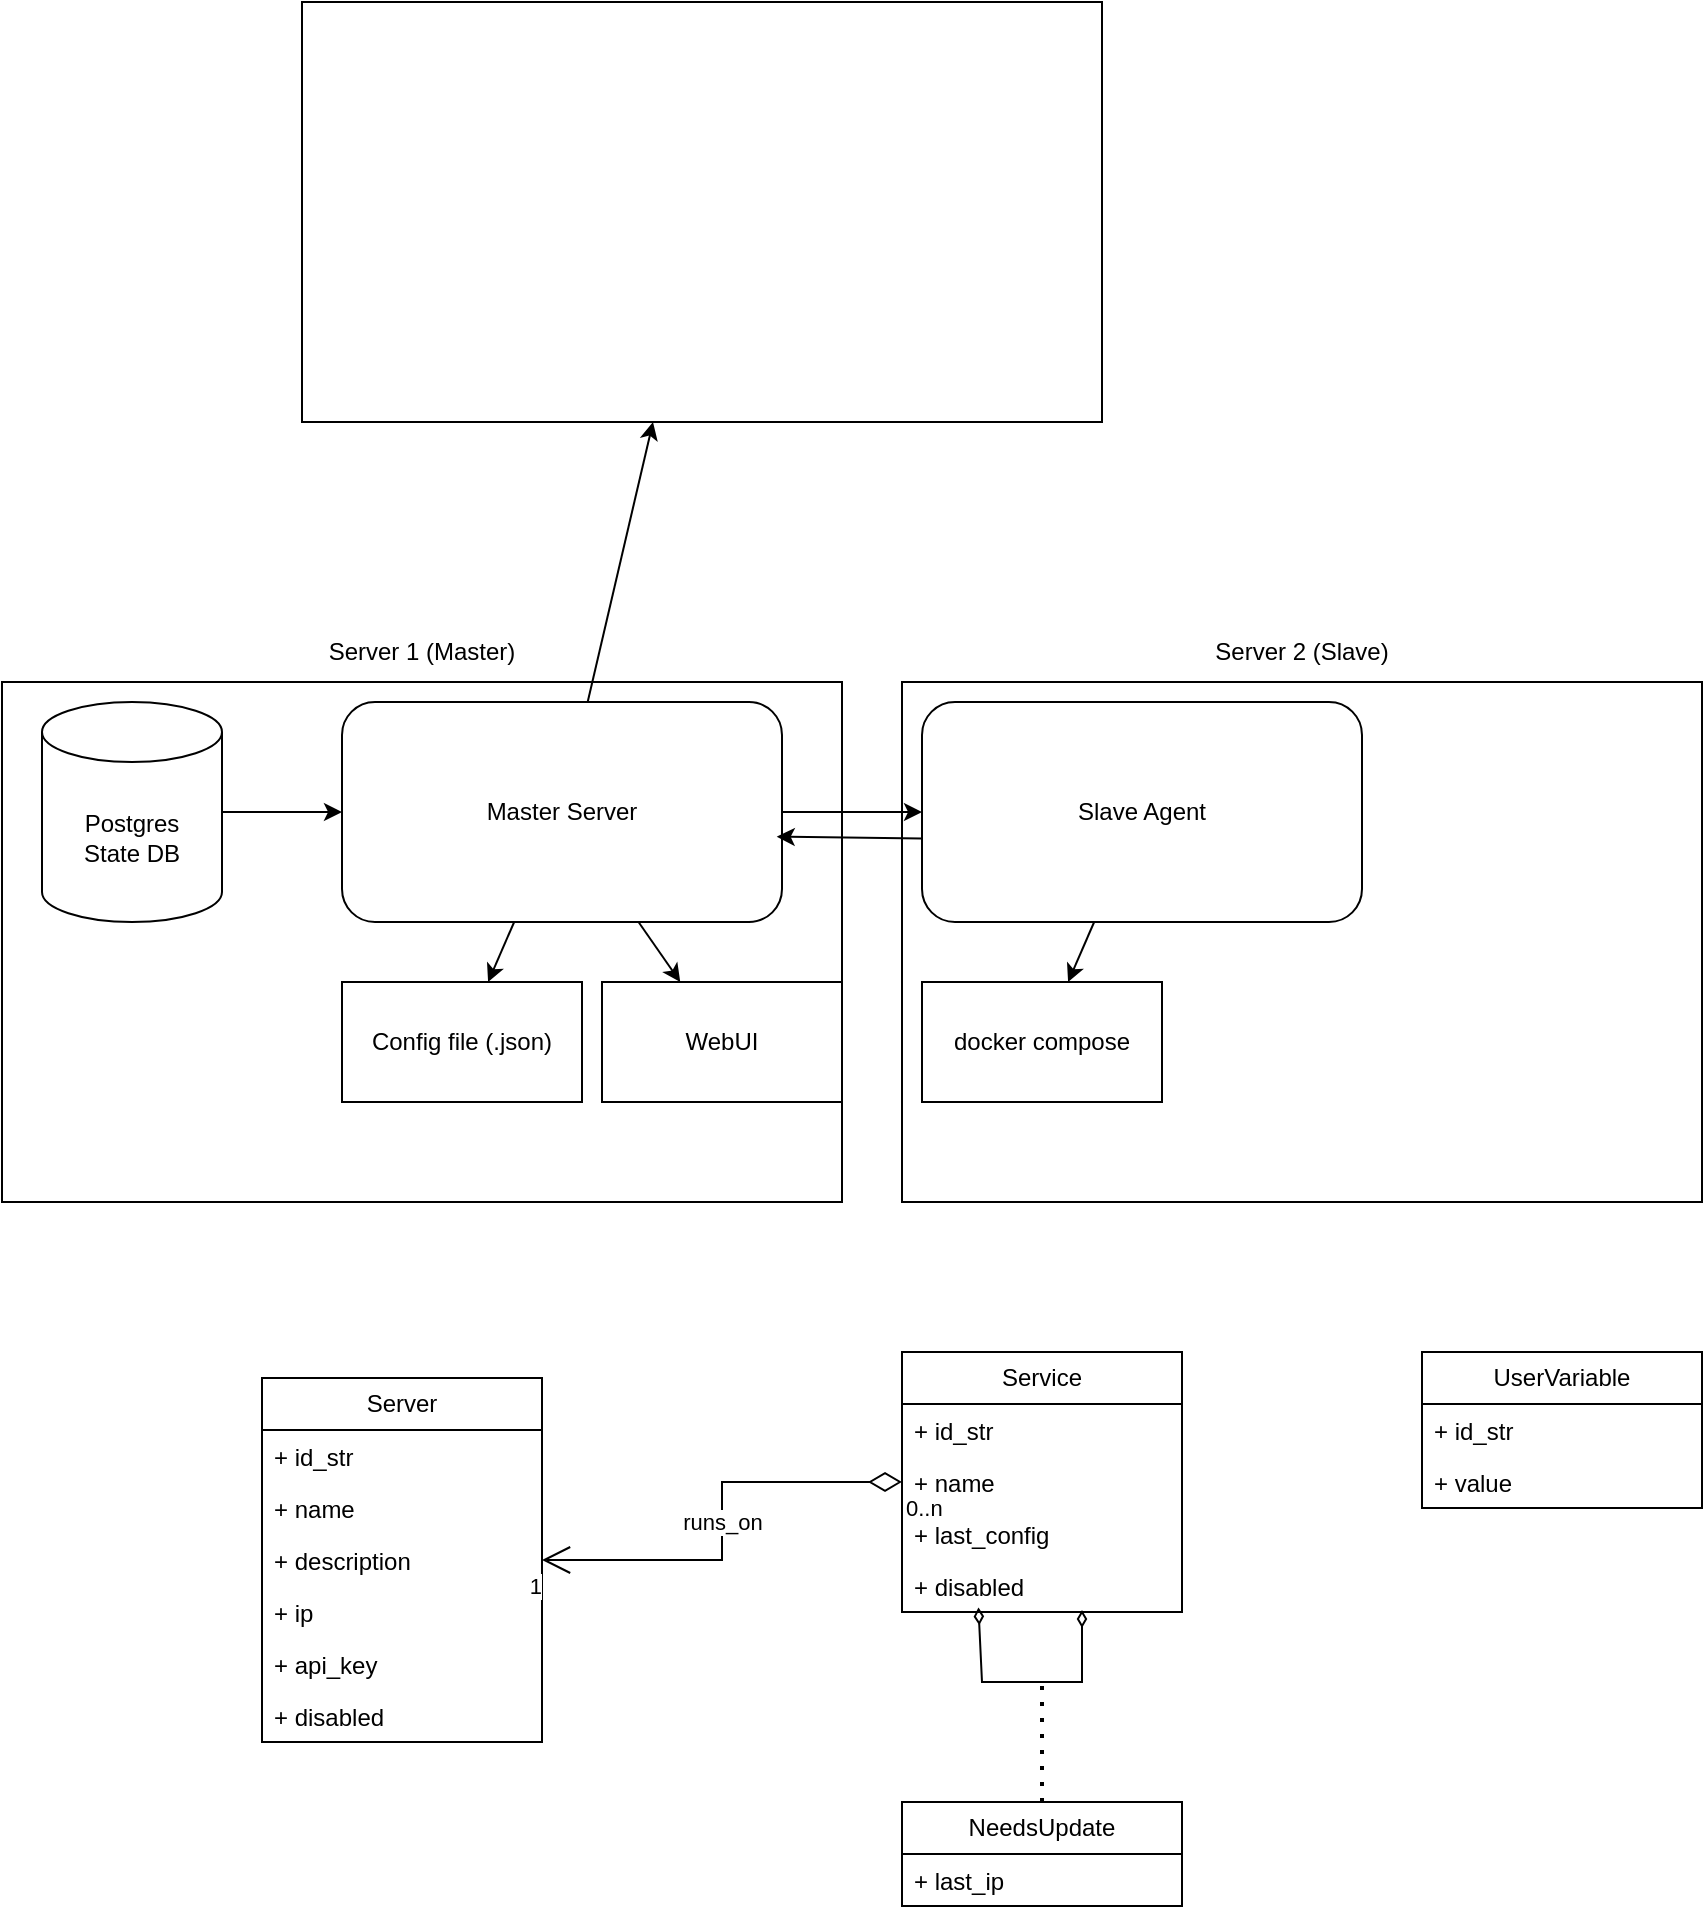
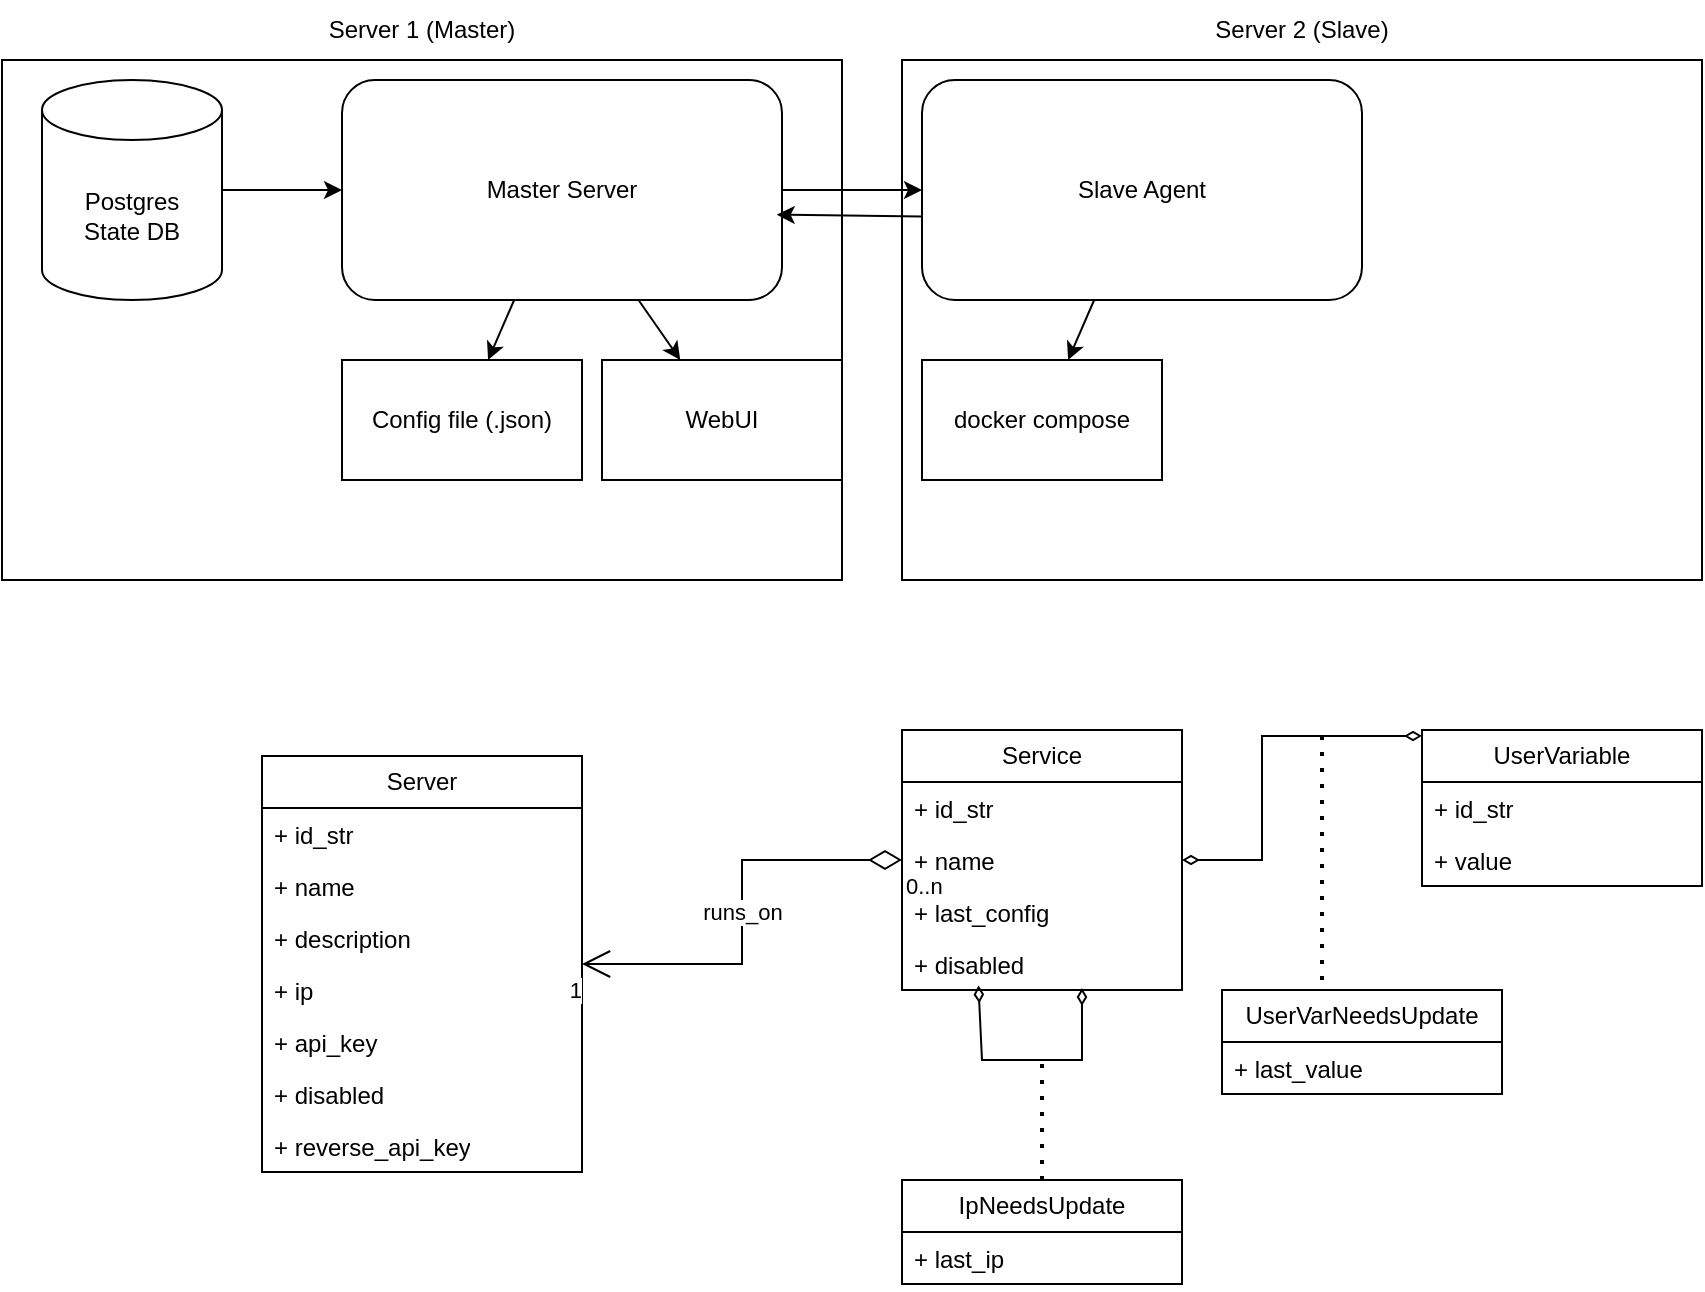
<mxfile host="Electron">
  <diagram name="Page-1" id="u04dbDLROSChQwQIIN78">
-     <mxGraphModel dx="1153" dy="1790" grid="1" gridSize="10" guides="1" tooltips="1" connect="1" arrows="1" fold="1" page="1" pageScale="1" pageWidth="850" pageHeight="1100" math="0" shadow="0">
+     <mxGraphModel dx="1107" dy="662" grid="1" gridSize="10" guides="1" tooltips="1" connect="1" arrows="1" fold="1" page="1" pageScale="1" pageWidth="850" pageHeight="1100" math="0" shadow="0">
      <root>
        <mxCell id="0" />
        <mxCell id="1" parent="0" />
        <mxCell id="9iV64V9ao0oustIcTG5U-1" parent="1" style="rounded=0;whiteSpace=wrap;html=1;" value="" vertex="1">
          <mxGeometry height="260" width="420" y="160" as="geometry" />
        </mxCell>
        <mxCell id="7rpz_S_4JCBHVgRM38Kg-1" parent="1" style="shape=cylinder3;whiteSpace=wrap;html=1;boundedLbl=1;backgroundOutline=1;size=15;" value="Postgres&lt;div&gt;State DB&lt;/div&gt;" vertex="1">
          <mxGeometry height="110" width="90" x="20" y="170" as="geometry" />
        </mxCell>
        <mxCell id="9iV64V9ao0oustIcTG5U-2" parent="1" style="text;html=1;whiteSpace=wrap;strokeColor=none;fillColor=none;align=center;verticalAlign=middle;rounded=0;" value="Server 1 (Master)" vertex="1">
          <mxGeometry height="30" width="420" y="130" as="geometry" />
        </mxCell>
        <mxCell id="9iV64V9ao0oustIcTG5U-3" edge="1" parent="1" source="9iV64V9ao0oustIcTG5U-4" style="endArrow=classic;html=1;rounded=0;" value="">
          <mxGeometry height="50" relative="1" width="50" as="geometry">
            <mxPoint x="140" y="240" as="sourcePoint" />
            <mxPoint x="219" y="226" as="targetPoint" />
          </mxGeometry>
        </mxCell>
        <mxCell id="9iV64V9ao0oustIcTG5U-5" edge="1" parent="1" source="7rpz_S_4JCBHVgRM38Kg-1" style="endArrow=classic;html=1;rounded=0;" target="9iV64V9ao0oustIcTG5U-4" value="">
          <mxGeometry height="50" relative="1" width="50" as="geometry">
            <mxPoint x="110" y="225" as="sourcePoint" />
            <mxPoint x="219" y="226" as="targetPoint" />
          </mxGeometry>
        </mxCell>
        <mxCell id="9iV64V9ao0oustIcTG5U-4" parent="1" style="rounded=1;whiteSpace=wrap;html=1;" value="Master Server" vertex="1">
          <mxGeometry height="110" width="220" x="170" y="170" as="geometry" />
        </mxCell>
        <mxCell id="9iV64V9ao0oustIcTG5U-8" parent="1" style="rounded=0;whiteSpace=wrap;html=1;" value="Config file (.json)" vertex="1">
          <mxGeometry height="60" width="120" x="170" y="310" as="geometry" />
        </mxCell>
        <mxCell id="9iV64V9ao0oustIcTG5U-9" edge="1" parent="1" source="9iV64V9ao0oustIcTG5U-4" style="endArrow=classic;html=1;rounded=0;" target="9iV64V9ao0oustIcTG5U-8" value="">
          <mxGeometry height="50" relative="1" width="50" as="geometry">
            <mxPoint x="230" y="240" as="sourcePoint" />
            <mxPoint x="280" y="190" as="targetPoint" />
          </mxGeometry>
        </mxCell>
        <mxCell id="9iV64V9ao0oustIcTG5U-10" parent="1" style="rounded=0;whiteSpace=wrap;html=1;" value="WebUI" vertex="1">
          <mxGeometry height="60" width="120" x="300" y="310" as="geometry" />
        </mxCell>
        <mxCell id="9iV64V9ao0oustIcTG5U-11" edge="1" parent="1" source="9iV64V9ao0oustIcTG5U-4" style="endArrow=classic;html=1;rounded=0;" target="9iV64V9ao0oustIcTG5U-10" value="">
          <mxGeometry height="50" relative="1" width="50" as="geometry">
            <mxPoint x="253" y="290" as="sourcePoint" />
            <mxPoint x="240" y="320" as="targetPoint" />
          </mxGeometry>
        </mxCell>
-         <mxCell id="9iV64V9ao0oustIcTG5U-12" edge="1" parent="1" source="9iV64V9ao0oustIcTG5U-4" style="endArrow=classic;html=1;rounded=0;" target="9iV64V9ao0oustIcTG5U-13" value="">
-           <mxGeometry height="50" relative="1" width="50" as="geometry">
-             <mxPoint x="310" y="170" as="sourcePoint" />
-             <mxPoint x="340" y="30" as="targetPoint" />
-           </mxGeometry>
-         </mxCell>
-         <mxCell id="9iV64V9ao0oustIcTG5U-13" parent="1" style="rounded=0;whiteSpace=wrap;html=1;" value="" vertex="1">
-           <mxGeometry height="210" width="400" x="150" y="-180" as="geometry" />
-         </mxCell>
        <mxCell id="9iV64V9ao0oustIcTG5U-15" parent="1" style="swimlane;fontStyle=0;childLayout=stackLayout;horizontal=1;startSize=26;fillColor=none;horizontalStack=0;resizeParent=1;resizeParentMax=0;resizeLast=0;collapsible=1;marginBottom=0;whiteSpace=wrap;html=1;" value="Server" vertex="1">
-           <mxGeometry height="182" width="140" x="130" y="508" as="geometry" />
+           <mxGeometry height="208" width="160" x="130" y="508" as="geometry" />
        </mxCell>
        <mxCell id="9iV64V9ao0oustIcTG5U-16" parent="9iV64V9ao0oustIcTG5U-15" style="text;strokeColor=none;fillColor=none;align=left;verticalAlign=top;spacingLeft=4;spacingRight=4;overflow=hidden;rotatable=0;points=[[0,0.5],[1,0.5]];portConstraint=eastwest;whiteSpace=wrap;html=1;" value="+ id_str" vertex="1">
-           <mxGeometry height="26" width="140" y="26" as="geometry" />
+           <mxGeometry height="26" width="160" y="26" as="geometry" />
        </mxCell>
        <mxCell id="QAZGeB9ZXG2ebW3zgeek-1" parent="9iV64V9ao0oustIcTG5U-15" style="text;strokeColor=none;fillColor=none;align=left;verticalAlign=top;spacingLeft=4;spacingRight=4;overflow=hidden;rotatable=0;points=[[0,0.5],[1,0.5]];portConstraint=eastwest;whiteSpace=wrap;html=1;" value="+ name" vertex="1">
-           <mxGeometry height="26" width="140" y="52" as="geometry" />
+           <mxGeometry height="26" width="160" y="52" as="geometry" />
        </mxCell>
        <mxCell id="9iV64V9ao0oustIcTG5U-17" parent="9iV64V9ao0oustIcTG5U-15" style="text;strokeColor=none;fillColor=none;align=left;verticalAlign=top;spacingLeft=4;spacingRight=4;overflow=hidden;rotatable=0;points=[[0,0.5],[1,0.5]];portConstraint=eastwest;whiteSpace=wrap;html=1;" value="+ description" vertex="1">
-           <mxGeometry height="26" width="140" y="78" as="geometry" />
+           <mxGeometry height="26" width="160" y="78" as="geometry" />
        </mxCell>
        <mxCell id="9iV64V9ao0oustIcTG5U-48" parent="9iV64V9ao0oustIcTG5U-15" style="text;strokeColor=none;fillColor=none;align=left;verticalAlign=top;spacingLeft=4;spacingRight=4;overflow=hidden;rotatable=0;points=[[0,0.5],[1,0.5]];portConstraint=eastwest;whiteSpace=wrap;html=1;" value="+ ip" vertex="1">
-           <mxGeometry height="26" width="140" y="104" as="geometry" />
+           <mxGeometry height="26" width="160" y="104" as="geometry" />
        </mxCell>
        <mxCell id="zuQy0vujCF-uNrh0Xsyj-1" parent="9iV64V9ao0oustIcTG5U-15" style="text;strokeColor=none;fillColor=none;align=left;verticalAlign=top;spacingLeft=4;spacingRight=4;overflow=hidden;rotatable=0;points=[[0,0.5],[1,0.5]];portConstraint=eastwest;whiteSpace=wrap;html=1;" value="+ api_key" vertex="1">
-           <mxGeometry height="26" width="140" y="130" as="geometry" />
+           <mxGeometry height="26" width="160" y="130" as="geometry" />
        </mxCell>
        <mxCell id="6e563NBslNJ0M3qvIwMc-1" parent="9iV64V9ao0oustIcTG5U-15" style="text;strokeColor=none;fillColor=none;align=left;verticalAlign=top;spacingLeft=4;spacingRight=4;overflow=hidden;rotatable=0;points=[[0,0.5],[1,0.5]];portConstraint=eastwest;whiteSpace=wrap;html=1;" value="+ disabled" vertex="1">
-           <mxGeometry height="26" width="140" y="156" as="geometry" />
+           <mxGeometry height="26" width="160" y="156" as="geometry" />
+         </mxCell>
+         <mxCell id="SyAdjNH1BNpWEoZhD5zh-42" parent="9iV64V9ao0oustIcTG5U-15" style="text;strokeColor=none;fillColor=none;align=left;verticalAlign=top;spacingLeft=4;spacingRight=4;overflow=hidden;rotatable=0;points=[[0,0.5],[1,0.5]];portConstraint=eastwest;whiteSpace=wrap;html=1;" value="+ reverse_api_key" vertex="1">
+           <mxGeometry height="26" width="160" y="182" as="geometry" />
        </mxCell>
        <mxCell id="9iV64V9ao0oustIcTG5U-19" parent="1" style="swimlane;fontStyle=0;childLayout=stackLayout;horizontal=1;startSize=26;fillColor=none;horizontalStack=0;resizeParent=1;resizeParentMax=0;resizeLast=0;collapsible=1;marginBottom=0;whiteSpace=wrap;html=1;" value="Service" vertex="1">
          <mxGeometry height="130" width="140" x="450" y="495" as="geometry" />
        </mxCell>
        <mxCell id="9iV64V9ao0oustIcTG5U-20" parent="9iV64V9ao0oustIcTG5U-19" style="text;strokeColor=none;fillColor=none;align=left;verticalAlign=top;spacingLeft=4;spacingRight=4;overflow=hidden;rotatable=0;points=[[0,0.5],[1,0.5]];portConstraint=eastwest;whiteSpace=wrap;html=1;" value="+ id_str" vertex="1">
          <mxGeometry height="26" width="140" y="26" as="geometry" />
        </mxCell>
        <mxCell id="9iV64V9ao0oustIcTG5U-23" parent="9iV64V9ao0oustIcTG5U-19" style="text;strokeColor=none;fillColor=none;align=left;verticalAlign=top;spacingLeft=4;spacingRight=4;overflow=hidden;rotatable=0;points=[[0,0.5],[1,0.5]];portConstraint=eastwest;whiteSpace=wrap;html=1;" value="+ name" vertex="1">
          <mxGeometry height="26" width="140" y="52" as="geometry" />
        </mxCell>
        <mxCell id="9iV64V9ao0oustIcTG5U-21" parent="9iV64V9ao0oustIcTG5U-19" style="text;strokeColor=none;fillColor=none;align=left;verticalAlign=top;spacingLeft=4;spacingRight=4;overflow=hidden;rotatable=0;points=[[0,0.5],[1,0.5]];portConstraint=eastwest;whiteSpace=wrap;html=1;" value="+ last_config" vertex="1">
          <mxGeometry height="26" width="140" y="78" as="geometry" />
        </mxCell>
        <mxCell id="6m8BK-Do53RptJvPzUIa-1" parent="9iV64V9ao0oustIcTG5U-19" style="text;strokeColor=none;fillColor=none;align=left;verticalAlign=top;spacingLeft=4;spacingRight=4;overflow=hidden;rotatable=0;points=[[0,0.5],[1,0.5]];portConstraint=eastwest;whiteSpace=wrap;html=1;" value="+ disabled" vertex="1">
          <mxGeometry height="26" width="140" y="104" as="geometry" />
        </mxCell>
        <mxCell id="G8093VhMWsRlcPeueSHj-9" edge="1" parent="9iV64V9ao0oustIcTG5U-19" style="endArrow=diamondThin;html=1;rounded=0;entryX=0.273;entryY=0.912;entryDx=0;entryDy=0;entryPerimeter=0;startArrow=diamondThin;startFill=0;endFill=0;" target="6m8BK-Do53RptJvPzUIa-1" value=" ">
          <mxGeometry height="50" relative="1" width="50" as="geometry">
            <Array as="points">
              <mxPoint x="90" y="165" />
              <mxPoint x="40" y="165" />
            </Array>
            <mxPoint x="90" y="129" as="sourcePoint" />
            <mxPoint x="50" y="165" as="targetPoint" />
          </mxGeometry>
        </mxCell>
        <mxCell id="9iV64V9ao0oustIcTG5U-33" parent="1" style="swimlane;fontStyle=0;childLayout=stackLayout;horizontal=1;startSize=26;fillColor=none;horizontalStack=0;resizeParent=1;resizeParentMax=0;resizeLast=0;collapsible=1;marginBottom=0;whiteSpace=wrap;html=1;" value="UserVariable" vertex="1">
          <mxGeometry height="78" width="140" x="710" y="495" as="geometry" />
        </mxCell>
        <mxCell id="9iV64V9ao0oustIcTG5U-34" parent="9iV64V9ao0oustIcTG5U-33" style="text;strokeColor=none;fillColor=none;align=left;verticalAlign=top;spacingLeft=4;spacingRight=4;overflow=hidden;rotatable=0;points=[[0,0.5],[1,0.5]];portConstraint=eastwest;whiteSpace=wrap;html=1;" value="+ id_str" vertex="1">
          <mxGeometry height="26" width="140" y="26" as="geometry" />
        </mxCell>
        <mxCell id="9iV64V9ao0oustIcTG5U-35" parent="9iV64V9ao0oustIcTG5U-33" style="text;strokeColor=none;fillColor=none;align=left;verticalAlign=top;spacingLeft=4;spacingRight=4;overflow=hidden;rotatable=0;points=[[0,0.5],[1,0.5]];portConstraint=eastwest;whiteSpace=wrap;html=1;" value="+ value" vertex="1">
          <mxGeometry height="26" width="140" y="52" as="geometry" />
        </mxCell>
        <mxCell id="9iV64V9ao0oustIcTG5U-37" edge="1" parent="1" source="9iV64V9ao0oustIcTG5U-19" style="endArrow=open;html=1;endSize=12;startArrow=diamondThin;startSize=14;startFill=0;edgeStyle=orthogonalEdgeStyle;rounded=0;" target="9iV64V9ao0oustIcTG5U-15" value="runs_on">
          <mxGeometry relative="1" as="geometry">
            <mxPoint x="300" y="670" as="sourcePoint" />
            <mxPoint x="460" y="670" as="targetPoint" />
          </mxGeometry>
        </mxCell>
        <mxCell id="9iV64V9ao0oustIcTG5U-38" connectable="0" parent="9iV64V9ao0oustIcTG5U-37" style="edgeLabel;resizable=0;html=1;align=left;verticalAlign=top;" value="0..n" vertex="1">
          <mxGeometry relative="1" x="-1" as="geometry" />
        </mxCell>
        <mxCell id="9iV64V9ao0oustIcTG5U-39" connectable="0" parent="9iV64V9ao0oustIcTG5U-37" style="edgeLabel;resizable=0;html=1;align=right;verticalAlign=top;" value="1" vertex="1">
          <mxGeometry relative="1" x="1" as="geometry" />
        </mxCell>
        <mxCell id="9iV64V9ao0oustIcTG5U-40" parent="1" style="rounded=0;whiteSpace=wrap;html=1;" value="" vertex="1">
          <mxGeometry height="260" width="400" x="450" y="160" as="geometry" />
        </mxCell>
        <mxCell id="9iV64V9ao0oustIcTG5U-41" parent="1" style="text;html=1;whiteSpace=wrap;strokeColor=none;fillColor=none;align=center;verticalAlign=middle;rounded=0;" value="Server 2 (Slave)" vertex="1">
          <mxGeometry height="30" width="400" x="450" y="130" as="geometry" />
        </mxCell>
        <mxCell id="9iV64V9ao0oustIcTG5U-42" parent="1" style="rounded=1;whiteSpace=wrap;html=1;" value="Slave Agent" vertex="1">
          <mxGeometry height="110" width="220" x="460" y="170" as="geometry" />
        </mxCell>
        <mxCell id="9iV64V9ao0oustIcTG5U-43" edge="1" parent="1" source="9iV64V9ao0oustIcTG5U-4" style="endArrow=classic;html=1;rounded=0;" target="9iV64V9ao0oustIcTG5U-42" value="">
          <mxGeometry height="50" relative="1" width="50" as="geometry">
            <mxPoint x="330" y="290" as="sourcePoint" />
            <mxPoint x="351" y="320" as="targetPoint" />
          </mxGeometry>
        </mxCell>
        <mxCell id="9iV64V9ao0oustIcTG5U-44" edge="1" parent="1" source="9iV64V9ao0oustIcTG5U-42" style="endArrow=classic;html=1;rounded=0;entryX=0.988;entryY=0.612;entryDx=0;entryDy=0;entryPerimeter=0;exitX=-0.001;exitY=0.621;exitDx=0;exitDy=0;exitPerimeter=0;" target="9iV64V9ao0oustIcTG5U-4" value="">
          <mxGeometry height="50" relative="1" width="50" as="geometry">
            <mxPoint x="410" y="220" as="sourcePoint" />
            <mxPoint x="480" y="220" as="targetPoint" />
          </mxGeometry>
        </mxCell>
        <mxCell id="9iV64V9ao0oustIcTG5U-45" parent="1" style="rounded=0;whiteSpace=wrap;html=1;" value="docker compose" vertex="1">
          <mxGeometry height="60" width="120" x="460" y="310" as="geometry" />
        </mxCell>
        <mxCell id="9iV64V9ao0oustIcTG5U-47" edge="1" parent="1" source="9iV64V9ao0oustIcTG5U-42" style="endArrow=classic;html=1;rounded=0;" target="9iV64V9ao0oustIcTG5U-45" value="">
          <mxGeometry height="50" relative="1" width="50" as="geometry">
            <mxPoint x="330" y="300" as="sourcePoint" />
            <mxPoint x="351" y="330" as="targetPoint" />
          </mxGeometry>
        </mxCell>
-         <mxCell id="G8093VhMWsRlcPeueSHj-1" parent="1" style="swimlane;fontStyle=0;childLayout=stackLayout;horizontal=1;startSize=26;fillColor=none;horizontalStack=0;resizeParent=1;resizeParentMax=0;resizeLast=0;collapsible=1;marginBottom=0;whiteSpace=wrap;html=1;" value="NeedsUpdate" vertex="1">
+         <mxCell id="G8093VhMWsRlcPeueSHj-1" parent="1" style="swimlane;fontStyle=0;childLayout=stackLayout;horizontal=1;startSize=26;fillColor=none;horizontalStack=0;resizeParent=1;resizeParentMax=0;resizeLast=0;collapsible=1;marginBottom=0;whiteSpace=wrap;html=1;" value="Ip&lt;span style=&quot;background-color: transparent; color: light-dark(rgb(0, 0, 0), rgb(255, 255, 255));&quot;&gt;NeedsUpdate&lt;/span&gt;" vertex="1">
          <mxGeometry height="52" width="140" x="450" y="720" as="geometry" />
        </mxCell>
        <mxCell id="G8093VhMWsRlcPeueSHj-4" parent="G8093VhMWsRlcPeueSHj-1" style="text;strokeColor=none;fillColor=none;align=left;verticalAlign=top;spacingLeft=4;spacingRight=4;overflow=hidden;rotatable=0;points=[[0,0.5],[1,0.5]];portConstraint=eastwest;whiteSpace=wrap;html=1;" value="+ last_ip" vertex="1">
          <mxGeometry height="26" width="140" y="26" as="geometry" />
        </mxCell>
        <mxCell id="G8093VhMWsRlcPeueSHj-11" edge="1" parent="1" source="G8093VhMWsRlcPeueSHj-1" style="endArrow=none;dashed=1;html=1;dashPattern=1 3;strokeWidth=2;rounded=0;exitX=0.5;exitY=0;exitDx=0;exitDy=0;" value="">
          <mxGeometry height="50" relative="1" width="50" as="geometry">
            <mxPoint x="470" y="710" as="sourcePoint" />
            <mxPoint x="520" y="660" as="targetPoint" />
          </mxGeometry>
        </mxCell>
+         <mxCell id="hCY608AhxY1pZqDdW0uS-4" edge="1" parent="1" source="9iV64V9ao0oustIcTG5U-33" style="edgeStyle=orthogonalEdgeStyle;rounded=0;orthogonalLoop=1;jettySize=auto;html=1;startArrow=diamondThin;startFill=0;endArrow=diamondThin;endFill=0;" target="9iV64V9ao0oustIcTG5U-19">
+           <mxGeometry relative="1" as="geometry">
+             <Array as="points">
+               <mxPoint x="630" y="498" />
+               <mxPoint x="630" y="560" />
+             </Array>
+           </mxGeometry>
+         </mxCell>
+         <mxCell id="hCY608AhxY1pZqDdW0uS-1" parent="1" style="swimlane;fontStyle=0;childLayout=stackLayout;horizontal=1;startSize=26;fillColor=none;horizontalStack=0;resizeParent=1;resizeParentMax=0;resizeLast=0;collapsible=1;marginBottom=0;whiteSpace=wrap;html=1;" value="&lt;span style=&quot;background-color: transparent; color: light-dark(rgb(0, 0, 0), rgb(255, 255, 255));&quot;&gt;UserVarNeedsUpdate&lt;/span&gt;" vertex="1">
+           <mxGeometry height="52" width="140" x="610" y="625" as="geometry" />
+         </mxCell>
+         <mxCell id="hCY608AhxY1pZqDdW0uS-2" parent="hCY608AhxY1pZqDdW0uS-1" style="text;strokeColor=none;fillColor=none;align=left;verticalAlign=top;spacingLeft=4;spacingRight=4;overflow=hidden;rotatable=0;points=[[0,0.5],[1,0.5]];portConstraint=eastwest;whiteSpace=wrap;html=1;" value="+ last_value" vertex="1">
+           <mxGeometry height="26" width="140" y="26" as="geometry" />
+         </mxCell>
+         <mxCell id="hCY608AhxY1pZqDdW0uS-7" edge="1" parent="1" style="endArrow=none;dashed=1;html=1;dashPattern=1 3;strokeWidth=2;rounded=0;" value="">
+           <mxGeometry height="50" relative="1" width="50" as="geometry">
+             <mxPoint x="660" y="620" as="sourcePoint" />
+             <mxPoint x="660" y="495" as="targetPoint" />
+           </mxGeometry>
+         </mxCell>
      </root>
    </mxGraphModel>
  </diagram>
</mxfile>
